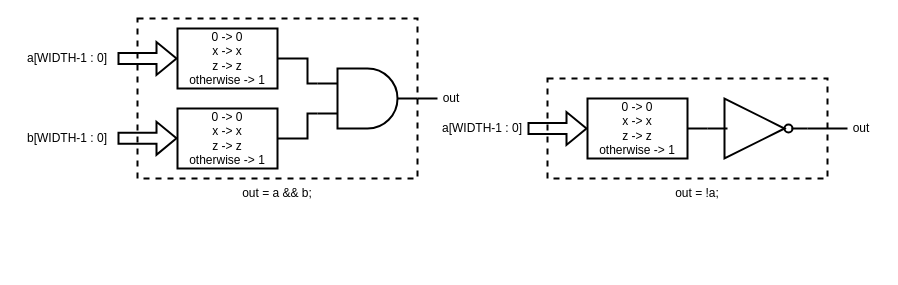
Above: page "figure_2" (2 of 7) of assets/images/2021-12-21-verilogHDL_chapter3_combinational_logic/시스템_반도체_설계_3장.drawio in ParkDongho/ParkDongho.github.io (draw.io), before the change. Source tidied: cells renumbered, new cells numbered last; positions are measured from the earlier drawing's top-left corner, leaving out a move shared by most shapes. Both pictures are drawn from the tidied source at 100%, with x=0, y=0 at pixel (17, 18).
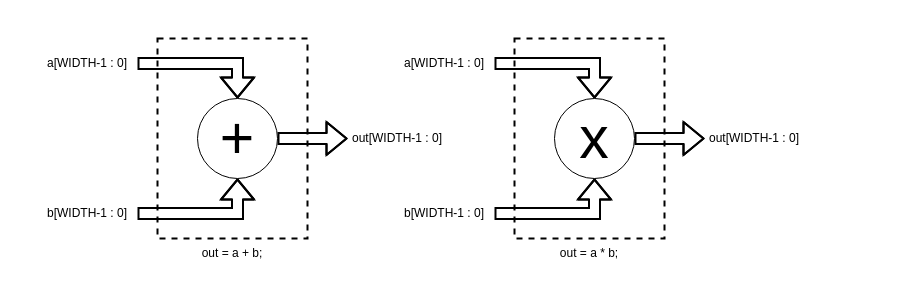
The same diagram, later.

The edit, as a diff of the source:
```diff
@@
     <mxCell id="2" style="rounded=0;whiteSpace=wrap;html=1;strokeColor=default;strokeWidth=2;fillColor=none;dashed=1;" parent="1" vertex="1">
-      <mxGeometry x="120" width="280" height="160" as="geometry" />
+      <mxGeometry x="140" y="20" width="150" height="200" as="geometry" />
     </mxCell>
-    <mxCell id="3" style="edgeStyle=orthogonalEdgeStyle;rounded=0;jettySize=auto;html=1;exitX=1;exitY=0.5;exitDx=0;exitDy=0;exitPerimeter=0;endArrow=none;endFill=0;strokeWidth=2;" parent="1" edge="1" source="4">
-      <mxGeometry relative="1" as="geometry">
-        <mxPoint x="420" y="80.2" as="targetPoint" />
-      </mxGeometry>
-    </mxCell>
-    <mxCell id="4" style="verticalLabelPosition=bottom;shadow=0;dashed=0;align=center;html=1;verticalAlign=top;shape=mxgraph.electrical.logic_gates.logic_gate;operation=and;strokeColor=default;strokeWidth=2;fillColor=none;" parent="1" vertex="1">
-      <mxGeometry x="300" y="50" width="100" height="60" as="geometry" />
-    </mxCell>
-    <mxCell id="5" style="edgeStyle=orthogonalEdgeStyle;rounded=0;jettySize=auto;html=1;exitX=1;exitY=0.5;exitDx=0;exitDy=0;entryX=0;entryY=0.25;entryDx=0;entryDy=0;entryPerimeter=0;endArrow=none;endFill=0;strokeWidth=2;" parent="1" edge="1" source="7" target="4">
-      <mxGeometry relative="1" as="geometry">
-        <Array as="points">
-          <mxPoint x="290" y="40" />
-          <mxPoint x="290" y="65" />
-        </Array>
-      </mxGeometry>
-    </mxCell>
-    <mxCell id="6" style="edgeStyle=orthogonalEdgeStyle;rounded=0;jettySize=auto;html=1;exitX=1;exitY=0.5;exitDx=0;exitDy=0;entryX=0;entryY=0.75;entryDx=0;entryDy=0;entryPerimeter=0;endArrow=none;endFill=0;strokeWidth=2;" parent="1" edge="1" source="8" target="4">
-      <mxGeometry relative="1" as="geometry">
-        <Array as="points">
-          <mxPoint x="290" y="120" />
-          <mxPoint x="290" y="95" />
-        </Array>
-      </mxGeometry>
-    </mxCell>
-    <mxCell id="7" value="&lt;span&gt;0 -&amp;gt; 0&lt;/span&gt;&lt;br&gt;&lt;span&gt;x -&amp;gt; x&lt;/span&gt;&lt;br&gt;&lt;span&gt;z -&amp;gt; z&lt;/span&gt;&lt;br&gt;&lt;span&gt;otherwise -&amp;gt; 1&lt;/span&gt;" style="rounded=0;whiteSpace=wrap;html=1;strokeColor=default;strokeWidth=2;fillColor=none;" parent="1" vertex="1">
-      <mxGeometry x="160" y="10" width="100" height="60" as="geometry" />
-    </mxCell>
-    <mxCell id="8" value="&lt;span&gt;0 -&amp;gt; 0&lt;/span&gt;&lt;br&gt;&lt;span&gt;x -&amp;gt; x&lt;/span&gt;&lt;br&gt;&lt;span&gt;z -&amp;gt; z&lt;/span&gt;&lt;br&gt;&lt;span&gt;otherwise -&amp;gt; 1&lt;/span&gt;" style="rounded=0;whiteSpace=wrap;html=1;strokeColor=default;strokeWidth=2;fillColor=none;" parent="1" vertex="1">
-      <mxGeometry x="160" y="90" width="100" height="60" as="geometry" />
-    </mxCell>
-    <mxCell id="9" style="shape=flexArrow;endArrow=classic;html=1;rounded=0;strokeWidth=2;entryX=0;entryY=0.5;entryDx=0;entryDy=0;" parent="1" edge="1" target="7">
+    <mxCell id="9" style="shape=flexArrow;endArrow=classic;html=1;rounded=0;strokeWidth=2;entryX=0.5;entryY=0;entryDx=0;entryDy=0;exitX=1;exitY=0.5;exitDx=0;exitDy=0;" parent="1" edge="1" source="19" target="25">
       <mxGeometry relative="1" as="geometry">
-        <mxPoint x="100" y="40" as="sourcePoint" />
+        <Array as="points">
+          <mxPoint x="220" y="45" />
+        </Array>
       </mxGeometry>
     </mxCell>
-    <mxCell id="10" style="shape=flexArrow;endArrow=classic;html=1;rounded=0;strokeWidth=2;entryX=0;entryY=0.5;entryDx=0;entryDy=0;" parent="1" edge="1">
+    <mxCell id="10" style="shape=flexArrow;endArrow=classic;html=1;rounded=0;strokeWidth=2;entryX=0.5;entryY=1;entryDx=0;entryDy=0;" parent="1" edge="1" target="25">
       <mxGeometry relative="1" as="geometry">
-        <mxPoint x="100" y="119.8" as="sourcePoint" />
-        <mxPoint x="160" y="119.8" as="targetPoint" />
+        <mxPoint x="120" y="195" as="sourcePoint" />
+        <Array as="points">
+          <mxPoint x="220" y="195" />
+        </Array>
       </mxGeometry>
     </mxCell>
-    <mxCell id="11" style="rounded=0;whiteSpace=wrap;html=1;strokeColor=default;strokeWidth=2;fillColor=none;dashed=1;" parent="1" vertex="1">
-      <mxGeometry x="530" y="60" width="280" height="100" as="geometry" />
-    </mxCell>
-    <mxCell id="12" value="&lt;span&gt;0 -&amp;gt; 0&lt;/span&gt;&lt;br&gt;&lt;span&gt;x -&amp;gt; x&lt;/span&gt;&lt;br&gt;&lt;span&gt;z -&amp;gt; z&lt;/span&gt;&lt;br&gt;&lt;span&gt;otherwise -&amp;gt; 1&lt;/span&gt;" style="rounded=0;whiteSpace=wrap;html=1;strokeColor=default;strokeWidth=2;fillColor=none;" parent="1" vertex="1">
-      <mxGeometry x="570" y="80" width="100" height="60" as="geometry" />
-    </mxCell>
-    <mxCell id="13" style="shape=flexArrow;endArrow=classic;html=1;rounded=0;strokeWidth=2;entryX=0;entryY=0.5;entryDx=0;entryDy=0;" parent="1" edge="1" target="12">
-      <mxGeometry relative="1" as="geometry">
-        <mxPoint x="510" y="110" as="sourcePoint" />
-      </mxGeometry>
-    </mxCell>
-    <mxCell id="14" style="edgeStyle=orthogonalEdgeStyle;rounded=0;jettySize=auto;html=1;endArrow=none;endFill=0;strokeWidth=2;" parent="1" edge="1" source="16" target="12">
-      <mxGeometry relative="1" as="geometry" />
-    </mxCell>
-    <mxCell id="15" style="edgeStyle=orthogonalEdgeStyle;rounded=0;jettySize=auto;html=1;exitX=1;exitY=0.5;exitDx=0;exitDy=0;exitPerimeter=0;endArrow=none;endFill=0;strokeWidth=2;" parent="1" edge="1" source="16">
-      <mxGeometry relative="1" as="geometry">
-        <mxPoint x="830" y="110" as="targetPoint" />
-      </mxGeometry>
-    </mxCell>
-    <mxCell id="16" style="verticalLabelPosition=bottom;shadow=0;dashed=0;align=center;html=1;verticalAlign=top;shape=mxgraph.electrical.logic_gates.inverter_2;strokeColor=default;strokeWidth=2;fillColor=none;" parent="1" vertex="1">
-      <mxGeometry x="690" y="80" width="100" height="60" as="geometry" />
-    </mxCell>
-    <mxCell id="17" value="out = a &amp;amp;&amp;amp; b;" style="text;html=1;strokeColor=none;fillColor=none;align=center;verticalAlign=middle;whiteSpace=wrap;rounded=0;dashed=1;" parent="1" vertex="1">
-      <mxGeometry x="200" y="160" width="120" height="30" as="geometry" />
+    <mxCell id="17" value="out = a + b;" style="text;html=1;strokeColor=none;fillColor=none;align=center;verticalAlign=middle;whiteSpace=wrap;rounded=0;dashed=1;" parent="1" vertex="1">
+      <mxGeometry x="155" y="220" width="120" height="30" as="geometry" />
     </mxCell>
-    <mxCell id="18" value="out = !a;" style="text;html=1;strokeColor=none;fillColor=none;align=center;verticalAlign=middle;whiteSpace=wrap;rounded=0;dashed=1;" parent="1" vertex="1">
-      <mxGeometry x="620" y="160" width="120" height="30" as="geometry" />
-    </mxCell>
     <mxCell id="19" value="a[WIDTH-1 : 0]" style="text;html=1;strokeColor=none;fillColor=none;align=center;verticalAlign=middle;whiteSpace=wrap;rounded=0;dashed=1;" parent="1" vertex="1">
-      <mxGeometry y="25" width="100" height="30" as="geometry" />
+      <mxGeometry x="20" y="30" width="100" height="30" as="geometry" />
     </mxCell>
     <mxCell id="20" value="b[WIDTH-1 : 0]" style="text;html=1;strokeColor=none;fillColor=none;align=center;verticalAlign=middle;whiteSpace=wrap;rounded=0;dashed=1;" parent="1" vertex="1">
-      <mxGeometry y="105" width="100" height="30" as="geometry" />
+      <mxGeometry x="20" y="180" width="100" height="30" as="geometry" />
     </mxCell>
+    <mxCell id="24" style="edgeStyle=orthogonalEdgeStyle;rounded=0;jettySize=auto;html=1;exitX=1;exitY=0.5;exitDx=0;exitDy=0;fontSize=59;shape=flexArrow;strokeWidth=2;" parent="1" edge="1" source="25">
+      <mxGeometry relative="1" as="geometry">
+        <mxPoint x="330" y="120" as="targetPoint" />
+      </mxGeometry>
+    </mxCell>
+    <mxCell id="25" value="+" style="ellipse;whiteSpace=wrap;html=1;fontSize=59;verticalAlign=middle;" parent="1" vertex="1">
+      <mxGeometry x="180" y="80" width="80" height="80" as="geometry" />
+    </mxCell>
+    <mxCell id="26" value="out[WIDTH-1 : 0]" style="text;html=1;strokeColor=none;fillColor=none;align=center;verticalAlign=middle;whiteSpace=wrap;rounded=0;dashed=1;" parent="1" vertex="1">
+      <mxGeometry x="330" y="105" width="100" height="30" as="geometry" />
+    </mxCell>
+    <mxCell id="27" style="rounded=0;whiteSpace=wrap;html=1;strokeColor=default;strokeWidth=2;fillColor=none;dashed=1;" parent="1" vertex="1">
+      <mxGeometry x="497" y="20" width="150" height="200" as="geometry" />
+    </mxCell>
+    <mxCell id="28" style="shape=flexArrow;endArrow=classic;html=1;rounded=0;strokeWidth=2;entryX=0.5;entryY=0;entryDx=0;entryDy=0;exitX=1;exitY=0.5;exitDx=0;exitDy=0;" parent="1" edge="1" source="21" target="33">
+      <mxGeometry relative="1" as="geometry">
+        <Array as="points">
+          <mxPoint x="577" y="45" />
+        </Array>
+      </mxGeometry>
+    </mxCell>
+    <mxCell id="29" style="shape=flexArrow;endArrow=classic;html=1;rounded=0;strokeWidth=2;entryX=0.5;entryY=1;entryDx=0;entryDy=0;" parent="1" edge="1" target="33">
+      <mxGeometry relative="1" as="geometry">
+        <mxPoint x="477" y="195" as="sourcePoint" />
+        <Array as="points">
+          <mxPoint x="577" y="195" />
+        </Array>
+      </mxGeometry>
+    </mxCell>
+    <mxCell id="30" value="out = a * b;" style="text;html=1;strokeColor=none;fillColor=none;align=center;verticalAlign=middle;whiteSpace=wrap;rounded=0;dashed=1;" parent="1" vertex="1">
+      <mxGeometry x="512" y="220" width="120" height="30" as="geometry" />
+    </mxCell>
     <mxCell id="21" value="a[WIDTH-1 : 0]" style="text;html=1;strokeColor=none;fillColor=none;align=center;verticalAlign=middle;whiteSpace=wrap;rounded=0;dashed=1;" parent="1" vertex="1">
-      <mxGeometry x="420" y="95" width="90" height="30" as="geometry" />
+      <mxGeometry x="377" y="30" width="100" height="30" as="geometry" />
     </mxCell>
-    <mxCell id="22" value="out" style="text;html=1;strokeColor=none;fillColor=none;align=center;verticalAlign=middle;whiteSpace=wrap;rounded=0;dashed=1;" parent="1" vertex="1">
-      <mxGeometry x="414" y="65" width="40" height="30" as="geometry" />
-    </mxCell>
-    <mxCell id="23" value="out" style="text;html=1;strokeColor=none;fillColor=none;align=center;verticalAlign=middle;whiteSpace=wrap;rounded=0;dashed=1;" parent="1" vertex="1">
-      <mxGeometry x="824" y="95" width="40" height="30" as="geometry" />
-    </mxCell>
+    <mxCell id="31" value="b[WIDTH-1 : 0]" style="text;html=1;strokeColor=none;fillColor=none;align=center;verticalAlign=middle;whiteSpace=wrap;rounded=0;dashed=1;" parent="1" vertex="1">
+      <mxGeometry x="377" y="180" width="100" height="30" as="geometry" />
+    </mxCell>
+    <mxCell id="32" style="edgeStyle=orthogonalEdgeStyle;rounded=0;jettySize=auto;html=1;exitX=1;exitY=0.5;exitDx=0;exitDy=0;fontSize=59;shape=flexArrow;strokeWidth=2;" parent="1" edge="1" source="33">
+      <mxGeometry relative="1" as="geometry">
+        <mxPoint x="687" y="120" as="targetPoint" />
+      </mxGeometry>
+    </mxCell>
+    <mxCell id="33" value="x" style="ellipse;whiteSpace=wrap;html=1;fontSize=59;verticalAlign=middle;" parent="1" vertex="1">
+      <mxGeometry x="537" y="80" width="80" height="80" as="geometry" />
+    </mxCell>
+    <mxCell id="34" value="out[WIDTH-1 : 0]" style="text;html=1;strokeColor=none;fillColor=none;align=center;verticalAlign=middle;whiteSpace=wrap;rounded=0;dashed=1;" parent="1" vertex="1">
+      <mxGeometry x="687" y="105" width="100" height="30" as="geometry" />
+    </mxCell>
```
